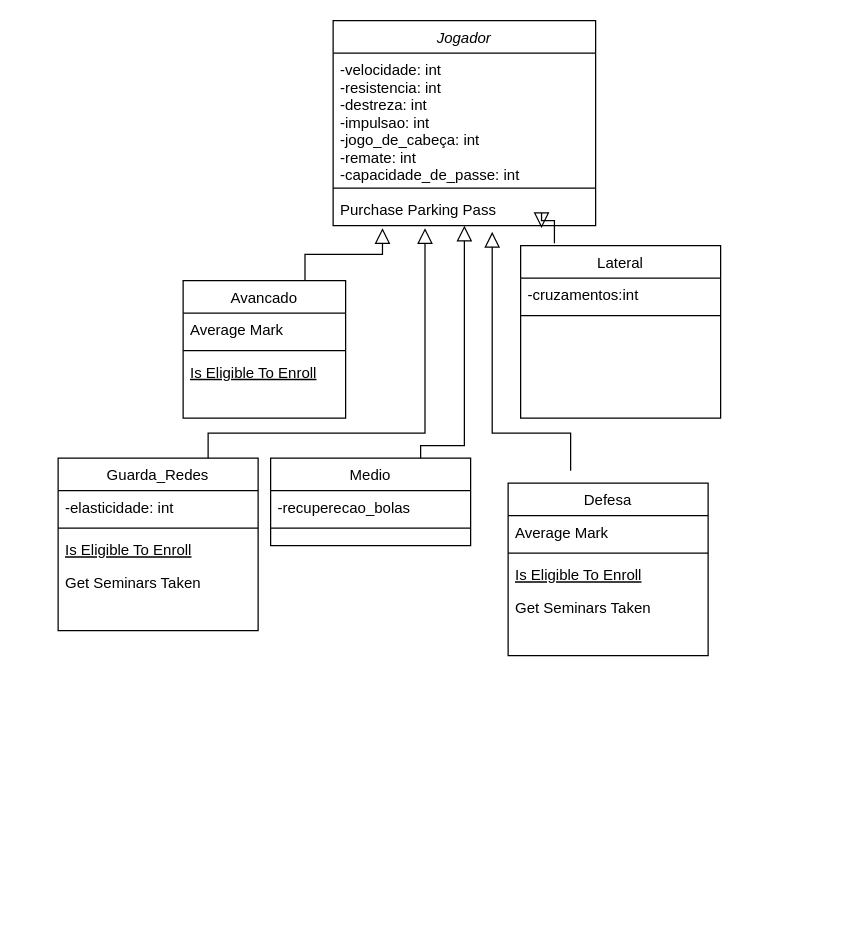
The draw.io diagram Untitled Diagram.drawio in MiguelSantaCruz/POO2021, before the edit. Source tidied: cells renumbered, new cells numbered last; positions are measured from the earlier drawing's top-left corner, leaving out a move shared by most shapes. Both pictures are drawn from the tidied source at 125%, with x=0, y=0 at pixel (58, 20).
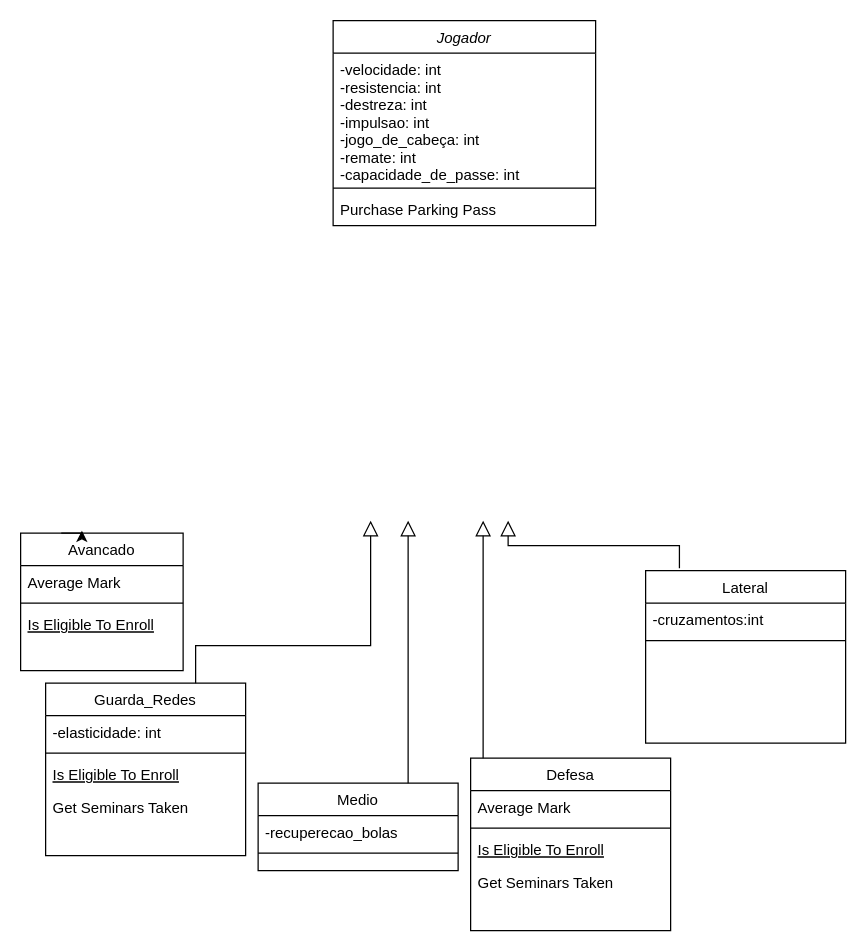
After the change.

The change refers to these unchanged cells:
```xml
<mxCell id="2" value="Jogador" style="swimlane;fontStyle=2;align=center;verticalAlign=top;horizontal=1;startSize=26;rounded=0;shadow=0;strokeWidth=1;" parent="1" vertex="1">
  <mxGeometry x="220" width="210" height="164" as="geometry" />
</mxCell>
<mxCell id="5" value="Purchase Parking Pass" style="text;align=left;verticalAlign=top;spacingLeft=4;spacingRight=4;overflow=hidden;points=[[0,0.5],[1,0.5]];portConstraint=eastwest;" parent="2" vertex="1">
  <mxGeometry y="138" width="210" height="26" as="geometry" />
</mxCell>
```

Diff of the diagram source:
```diff
@@
     <mxCell id="6" value="Guarda_Redes" style="swimlane;fontStyle=0;align=center;verticalAlign=top;horizontal=1;startSize=26;rounded=0;shadow=0;strokeWidth=1;" parent="1" vertex="1">
-      <mxGeometry y="350" width="160" height="138" as="geometry" />
+      <mxGeometry x="-10" y="530" width="160" height="138" as="geometry" />
     </mxCell>
@@
-    <mxCell id="11" style="endArrow=block;endSize=10;endFill=0;shadow=0;strokeWidth=1;rounded=0;edgeStyle=elbowEdgeStyle;elbow=vertical;exitX=0.75;exitY=0;exitDx=0;exitDy=0;entryX=0.35;entryY=1.077;entryDx=0;entryDy=0;entryPerimeter=0;" parent="1" edge="1" source="6" target="5">
+    <mxCell id="11" style="endArrow=block;endSize=10;endFill=0;shadow=0;strokeWidth=1;rounded=0;edgeStyle=elbowEdgeStyle;elbow=vertical;exitX=0.75;exitY=0;exitDx=0;exitDy=0;" parent="1" edge="1" source="6">
       <mxGeometry relative="1" as="geometry">
+        <mxPoint x="250" y="400" as="targetPoint" />
         <Array as="points">
+          <mxPoint x="180" y="500" />
           <mxPoint x="200" y="330" />
         </Array>
       </mxGeometry>
     </mxCell>
     <mxCell id="12" value="Medio" style="swimlane;fontStyle=0;align=center;verticalAlign=top;horizontal=1;startSize=26;rounded=0;shadow=0;strokeWidth=1;" parent="1" vertex="1">
-      <mxGeometry x="170" y="350" width="160" height="70" as="geometry" />
+      <mxGeometry x="160" y="610" width="160" height="70" as="geometry" />
     </mxCell>
@@
     <mxCell id="15" value="Lateral" style="swimlane;fontStyle=0;align=center;verticalAlign=top;horizontal=1;startSize=26;rounded=0;shadow=0;strokeWidth=1;" parent="1" vertex="1">
-      <mxGeometry x="370" y="180" width="160" height="138" as="geometry" />
+      <mxGeometry x="470" y="440" width="160" height="138" as="geometry" />
     </mxCell>
@@
     <mxCell id="18" value="Avancado" style="swimlane;fontStyle=0;align=center;verticalAlign=top;horizontal=1;startSize=26;rounded=0;shadow=0;strokeWidth=1;" parent="1" vertex="1">
-      <mxGeometry x="100" y="208" width="130" height="110" as="geometry" />
+      <mxGeometry x="-30" y="410" width="130" height="110" as="geometry" />
     </mxCell>
@@
     <mxCell id="22" value="Defesa" style="swimlane;fontStyle=0;align=center;verticalAlign=top;horizontal=1;startSize=26;rounded=0;shadow=0;strokeWidth=1;" parent="1" vertex="1">
-      <mxGeometry x="360" y="370" width="160" height="138" as="geometry" />
+      <mxGeometry x="330" y="590" width="160" height="138" as="geometry" />
     </mxCell>
@@
-    <mxCell id="27" style="endArrow=block;endSize=10;endFill=0;shadow=0;strokeWidth=1;rounded=0;edgeStyle=elbowEdgeStyle;elbow=vertical;exitX=0.75;exitY=0;exitDx=0;exitDy=0;entryX=0.5;entryY=1;entryDx=0;entryDy=0;" parent="1" edge="1" source="12" target="2">
+    <mxCell id="27" style="endArrow=block;endSize=10;endFill=0;shadow=0;strokeWidth=1;rounded=0;edgeStyle=elbowEdgeStyle;elbow=vertical;exitX=0.75;exitY=0;exitDx=0;exitDy=0;" parent="1" edge="1" source="12">
       <mxGeometry relative="1" as="geometry">
+        <mxPoint x="280" y="400" as="targetPoint" />
         <Array as="points">
-          <mxPoint x="325" y="340" />
+          <mxPoint x="270" y="570" />
         </Array>
       </mxGeometry>
     </mxCell>
-    <mxCell id="28" style="endArrow=block;endSize=10;endFill=0;shadow=0;strokeWidth=1;rounded=0;edgeStyle=elbowEdgeStyle;elbow=vertical;exitX=0.75;exitY=0;exitDx=0;exitDy=0;entryX=0.606;entryY=1.192;entryDx=0;entryDy=0;entryPerimeter=0;" parent="1" edge="1" target="5">
+    <mxCell id="28" style="endArrow=block;endSize=10;endFill=0;shadow=0;strokeWidth=1;rounded=0;edgeStyle=elbowEdgeStyle;elbow=vertical;" parent="1" edge="1" source="22">
       <mxGeometry relative="1" as="geometry">
-        <mxPoint x="410" y="360" as="sourcePoint" />
+        <mxPoint x="340" y="400" as="targetPoint" />
         <Array as="points">
-          <mxPoint x="320" y="330" />
+          <mxPoint x="340" y="530" />
           <mxPoint x="370" y="340" />
         </Array>
       </mxGeometry>
     </mxCell>
-    <mxCell id="29" style="endArrow=block;endSize=10;endFill=0;shadow=0;strokeWidth=1;rounded=0;edgeStyle=elbowEdgeStyle;elbow=vertical;exitX=0.75;exitY=0;exitDx=0;exitDy=0;entryX=0.188;entryY=1.077;entryDx=0;entryDy=0;entryPerimeter=0;" parent="1" edge="1" source="18" target="5">
-      <mxGeometry relative="1" as="geometry" />
-    </mxCell>
-    <mxCell id="30" style="endArrow=block;endSize=10;endFill=0;shadow=0;strokeWidth=1;rounded=0;edgeStyle=elbowEdgeStyle;elbow=vertical;exitX=0.169;exitY=-0.014;exitDx=0;exitDy=0;entryX=0.794;entryY=1.077;entryDx=0;entryDy=0;entryPerimeter=0;exitPerimeter=0;" parent="1" edge="1" source="15" target="5">
+    <mxCell id="30" style="endArrow=block;endSize=10;endFill=0;shadow=0;strokeWidth=1;rounded=0;edgeStyle=elbowEdgeStyle;elbow=vertical;exitX=0.169;exitY=-0.014;exitDx=0;exitDy=0;exitPerimeter=0;" parent="1" edge="1" source="15">
       <mxGeometry relative="1" as="geometry">
+        <mxPoint x="360" y="400" as="targetPoint" />
         <Array as="points">
-          <mxPoint x="440" y="160" />
+          <mxPoint x="470" y="420" />
         </Array>
       </mxGeometry>
     </mxCell>
+    <mxCell id="31" style="edgeStyle=orthogonalEdgeStyle;rounded=0;orthogonalLoop=1;jettySize=auto;html=1;exitX=0.25;exitY=0;exitDx=0;exitDy=0;entryX=0.377;entryY=-0.018;entryDx=0;entryDy=0;entryPerimeter=0;" parent="1" edge="1" source="18" target="18">
+      <mxGeometry relative="1" as="geometry" />
+    </mxCell>
```
